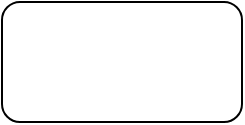
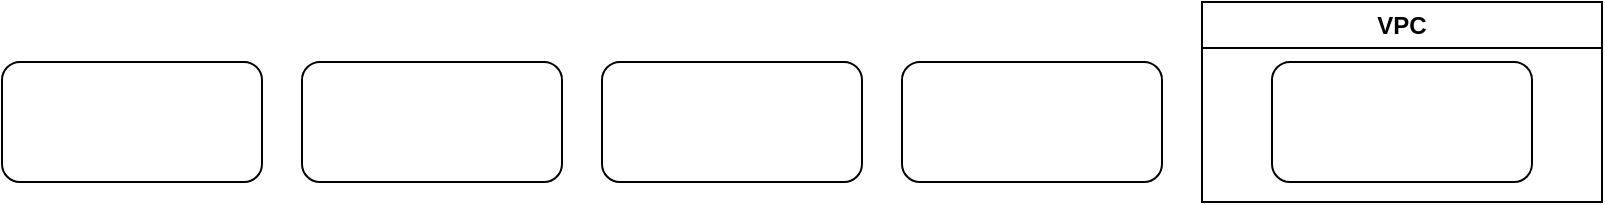
<mxfile host="app.diagrams.net">
  <diagram name="Page-1" id="qIo0-vvSRd3SQ2zAkJ58">
-     <mxGraphModel dx="2054" dy="1111" grid="1" gridSize="10" guides="1" tooltips="1" connect="1" arrows="1" fold="1" page="1" pageScale="1" pageWidth="850" pageHeight="1100" math="0" shadow="0">
+     <mxGraphModel dx="1174" dy="635" grid="1" gridSize="10" guides="1" tooltips="1" connect="1" arrows="1" fold="1" page="1" pageScale="1" pageWidth="850" pageHeight="1100" math="0" shadow="0">
      <root>
        <mxCell id="0" />
        <mxCell id="1" parent="0" />
-         <mxCell id="vrJfMla7yYMSqkZjpk2f-1" parent="1" style="rounded=1;whiteSpace=wrap;html=1;" value="" vertex="1">
-           <mxGeometry height="60" width="120" x="370" y="540" as="geometry" />
+         <mxCell id="vrJfMla7yYMSqkZjpk2f-6" parent="1" style="rounded=1;whiteSpace=wrap;html=1;" value="" vertex="1">
+           <mxGeometry height="60" width="130" x="180" y="290" as="geometry" />
+         </mxCell>
+         <mxCell id="vrJfMla7yYMSqkZjpk2f-7" parent="1" style="rounded=1;whiteSpace=wrap;html=1;" value="" vertex="1">
+           <mxGeometry height="60" width="130" x="330" y="290" as="geometry" />
+         </mxCell>
+         <mxCell id="vrJfMla7yYMSqkZjpk2f-8" parent="1" style="rounded=1;whiteSpace=wrap;html=1;" value="" vertex="1">
+           <mxGeometry height="60" width="130" x="480" y="290" as="geometry" />
+         </mxCell>
+         <mxCell id="vrJfMla7yYMSqkZjpk2f-9" parent="1" style="rounded=1;whiteSpace=wrap;html=1;" value="" vertex="1">
+           <mxGeometry height="60" width="130" x="30" y="290" as="geometry" />
+         </mxCell>
+         <mxCell id="vrJfMla7yYMSqkZjpk2f-11" parent="1" style="swimlane;whiteSpace=wrap;html=1;" value="VPC" vertex="1">
+           <mxGeometry height="100" width="200" x="630" y="260" as="geometry">
+             <mxRectangle height="30" width="140" x="190" y="380" as="alternateBounds" />
+           </mxGeometry>
+         </mxCell>
+         <mxCell id="vrJfMla7yYMSqkZjpk2f-12" parent="vrJfMla7yYMSqkZjpk2f-11" style="rounded=1;whiteSpace=wrap;html=1;" value="" vertex="1">
+           <mxGeometry height="60" width="130" x="35" y="30" as="geometry" />
        </mxCell>
      </root>
    </mxGraphModel>
  </diagram>
</mxfile>
